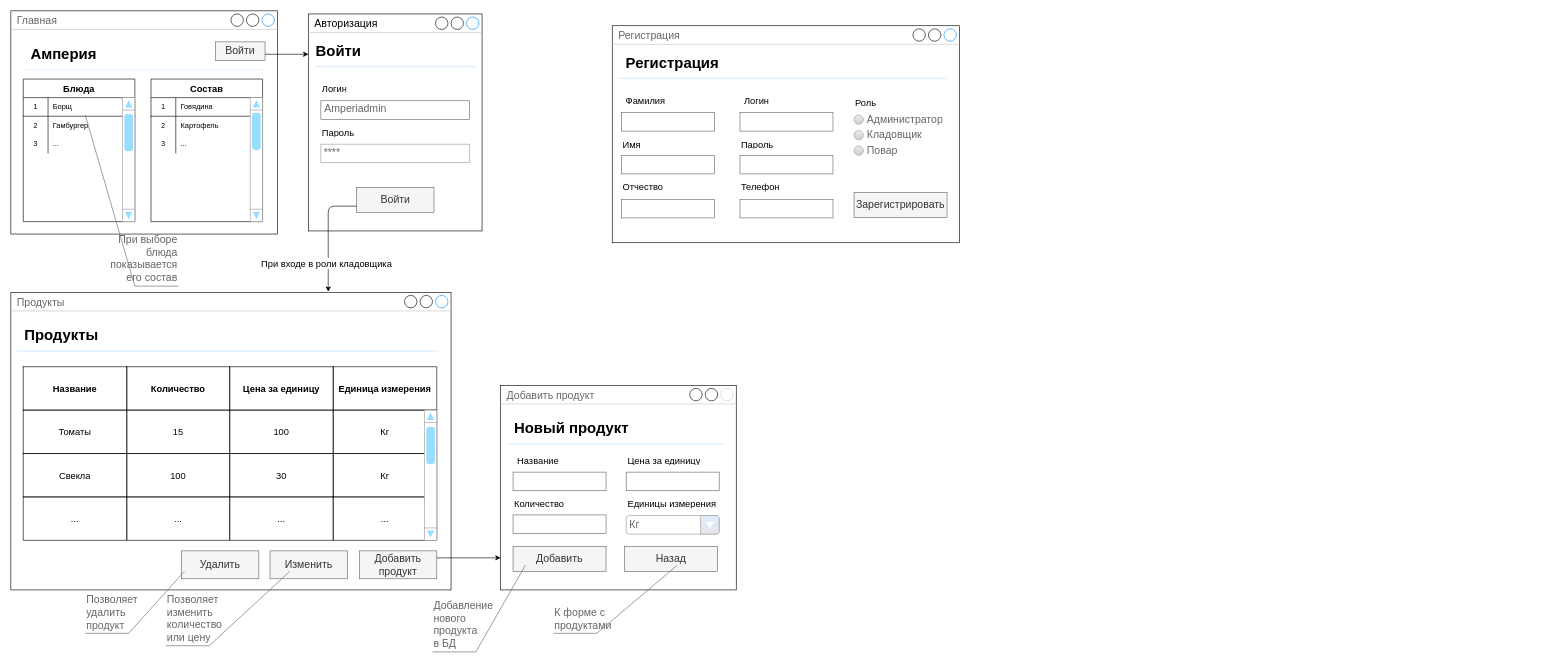
Earlier version of the draw.io diagram Untitled Diagram.drawio (Natasaruk/PPMixCart). Source tidied: cells renumbered, new cells numbered last; positions are measured from the earlier drawing's top-left corner, leaving out a move shared by most shapes. Both pictures are drawn from the tidied source at 62%, with x=0, y=0 at pixel (11, 11).
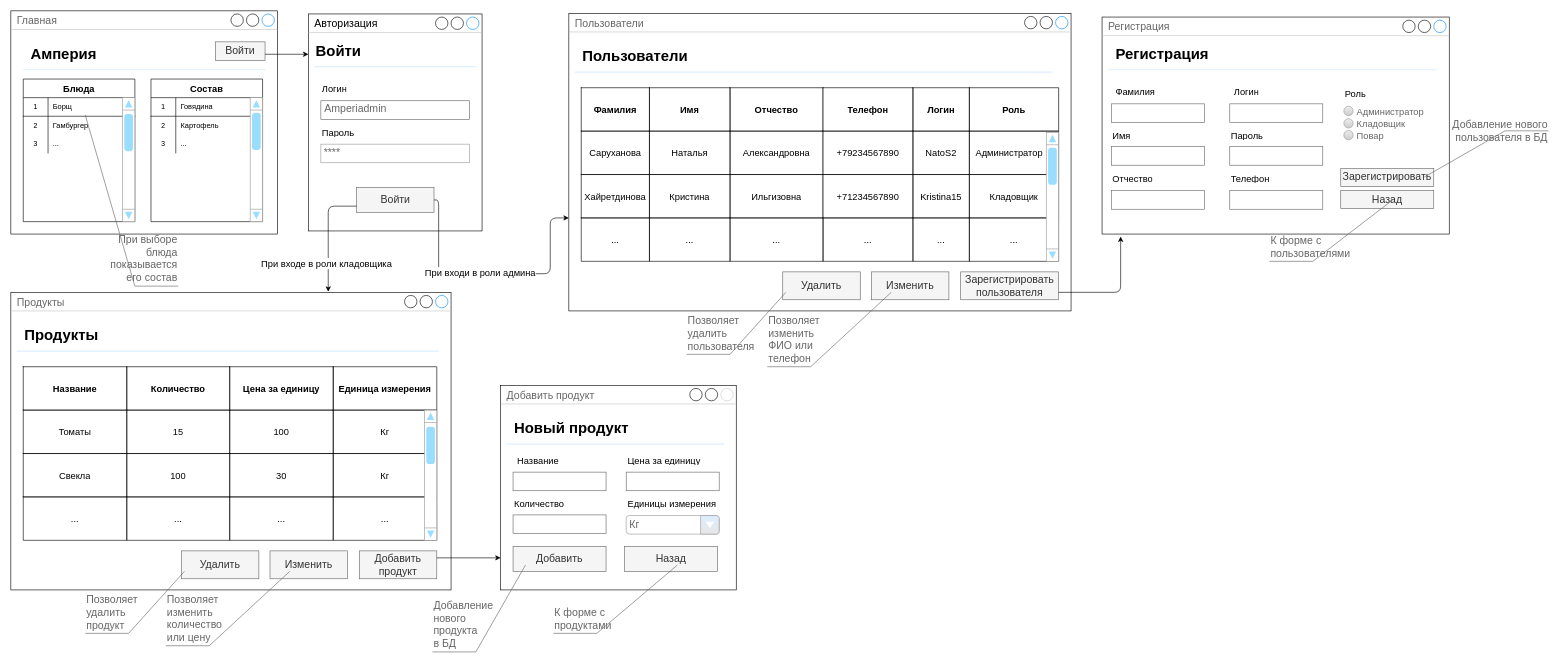
The same diagram, later.

The change refers to these unchanged cells:
```xml
<mxCell id="12" value="Войти" style="rounded=0;whiteSpace=wrap;html=1;fontSize=17;fillColor=#f5f5f5;strokeColor=#666666;fontColor=#333333;align=center;" parent="1" vertex="1">
  <mxGeometry x="557.5" y="285" width="125" height="40" as="geometry" />
</mxCell>
```

The edit, as a diff of the source:
```diff
@@
     <mxCell id="7" value="Регистрация" style="strokeWidth=1;shadow=0;dashed=0;align=left;html=1;shape=mxgraph.mockup.containers.window;align=left;verticalAlign=top;spacingLeft=8;strokeColor2=#008cff;strokeColor3=#c4c4c4;fontColor=#666666;mainText=;fontSize=17;labelBackgroundColor=none;gradientColor=none;" parent="1" vertex="1">
-      <mxGeometry x="970" y="24" width="560" height="350" as="geometry" />
+      <mxGeometry x="1760" y="10" width="560" height="350" as="geometry" />
     </mxCell>
     <mxCell id="8" value="Регистрация" style="text;strokeColor=none;fillColor=none;html=1;fontSize=24;fontStyle=1;verticalAlign=middle;align=left;" parent="1" vertex="1">
-      <mxGeometry x="990" y="64" width="100" height="40" as="geometry" />
+      <mxGeometry x="1780" y="50" width="100" height="40" as="geometry" />
     </mxCell>
@@
     <mxCell id="11" style="shape=line;strokeColor=#ddeeff;strokeWidth=2;html=1;align=left;" parent="1" vertex="1">
-      <mxGeometry x="980" y="104" width="530" height="10" as="geometry" />
+      <mxGeometry x="1770" y="90" width="530" height="10" as="geometry" />
     </mxCell>
@@
     <mxCell id="13" value="Отчество" style="text;html=1;strokeColor=none;fillColor=none;align=left;verticalAlign=middle;whiteSpace=wrap;overflow=hidden;fontSize=15;" parent="1" vertex="1">
-      <mxGeometry x="985" y="273" width="80" height="20" as="geometry" />
+      <mxGeometry x="1775" y="259" width="80" height="20" as="geometry" />
     </mxCell>
     <mxCell id="14" value="Имя" style="text;html=1;strokeColor=none;fillColor=none;align=left;verticalAlign=middle;whiteSpace=wrap;overflow=hidden;fontSize=15;" parent="1" vertex="1">
-      <mxGeometry x="985" y="204" width="80" height="20" as="geometry" />
+      <mxGeometry x="1775" y="190" width="80" height="20" as="geometry" />
     </mxCell>
     <mxCell id="15" value="Фамилия" style="text;html=1;strokeColor=none;fillColor=none;align=left;verticalAlign=middle;whiteSpace=wrap;overflow=hidden;fontSize=15;" parent="1" vertex="1">
-      <mxGeometry x="990" y="134" width="80" height="20" as="geometry" />
+      <mxGeometry x="1780" y="120" width="80" height="20" as="geometry" />
     </mxCell>
     <mxCell id="16" style="strokeWidth=1;shadow=0;dashed=0;align=left;html=1;shape=mxgraph.mockup.text.textBox;fontColor=#666666;align=left;fontSize=17;spacingLeft=4;spacingTop=-3;strokeColor=#666666;mainText=;gradientColor=none;" parent="1" vertex="1">
-      <mxGeometry x="985" y="164" width="150" height="30" as="geometry" />
+      <mxGeometry x="1775" y="150" width="150" height="30" as="geometry" />
     </mxCell>
     <mxCell id="17" style="strokeWidth=1;shadow=0;dashed=0;align=left;html=1;shape=mxgraph.mockup.text.textBox;fontColor=#666666;align=left;fontSize=17;spacingLeft=4;spacingTop=-3;strokeColor=#666666;mainText=;gradientColor=none;" parent="1" vertex="1">
-      <mxGeometry x="985" y="233" width="150" height="30" as="geometry" />
+      <mxGeometry x="1775" y="219" width="150" height="30" as="geometry" />
     </mxCell>
     <mxCell id="18" style="strokeWidth=1;shadow=0;dashed=0;align=left;html=1;shape=mxgraph.mockup.text.textBox;fontColor=#666666;align=left;fontSize=17;spacingLeft=4;spacingTop=-3;strokeColor=#666666;mainText=;gradientColor=none;" parent="1" vertex="1">
-      <mxGeometry x="985" y="304" width="150" height="30" as="geometry" />
+      <mxGeometry x="1775" y="290" width="150" height="30" as="geometry" />
     </mxCell>
     <mxCell id="19" value="Пароль" style="text;html=1;strokeColor=none;fillColor=none;align=left;verticalAlign=middle;whiteSpace=wrap;overflow=hidden;fontSize=15;" parent="1" vertex="1">
-      <mxGeometry x="1176" y="204" width="80" height="20" as="geometry" />
+      <mxGeometry x="1966" y="190" width="80" height="20" as="geometry" />
     </mxCell>
     <mxCell id="20" value="Логин" style="text;html=1;strokeColor=none;fillColor=none;align=left;verticalAlign=middle;whiteSpace=wrap;overflow=hidden;fontSize=15;" parent="1" vertex="1">
-      <mxGeometry x="1181" y="134" width="80" height="20" as="geometry" />
+      <mxGeometry x="1971" y="120" width="80" height="20" as="geometry" />
     </mxCell>
     <mxCell id="21" style="strokeWidth=1;shadow=0;dashed=0;align=left;html=1;shape=mxgraph.mockup.text.textBox;fontColor=#666666;align=left;fontSize=17;spacingLeft=4;spacingTop=-3;strokeColor=#666666;mainText=;gradientColor=none;" parent="1" vertex="1">
-      <mxGeometry x="1176" y="164" width="150" height="30" as="geometry" />
+      <mxGeometry x="1966" y="150" width="150" height="30" as="geometry" />
     </mxCell>
     <mxCell id="22" style="strokeWidth=1;shadow=0;dashed=0;align=left;html=1;shape=mxgraph.mockup.text.textBox;fontColor=#666666;align=left;fontSize=17;spacingLeft=4;spacingTop=-3;strokeColor=#666666;mainText=;gradientColor=none;" parent="1" vertex="1">
-      <mxGeometry x="1176" y="233" width="150" height="30" as="geometry" />
+      <mxGeometry x="1966" y="219" width="150" height="30" as="geometry" />
     </mxCell>
     <mxCell id="23" value="Роль" style="text;html=1;strokeColor=none;fillColor=none;align=left;verticalAlign=middle;whiteSpace=wrap;overflow=hidden;fontSize=15;" parent="1" vertex="1">
-      <mxGeometry x="1360" y="137" width="80" height="20" as="geometry" />
+      <mxGeometry x="2150" y="123" width="80" height="20" as="geometry" />
     </mxCell>
-    <mxCell id="24" value="Администратор" style="shape=ellipse;fillColor=#eeeeee;strokeColor=#999999;gradientColor=#cccccc;html=1;align=left;spacingLeft=4;fontSize=17;fontColor=#666666;labelPosition=right;shadow=0;" parent="1" vertex="1">
-      <mxGeometry x="1360" y="168" width="15" height="15" as="geometry" />
+    <mxCell id="24" value="Администратор" style="shape=ellipse;fillColor=#eeeeee;strokeColor=#999999;gradientColor=#cccccc;html=1;align=left;spacingLeft=4;fontSize=15;fontColor=#666666;labelPosition=right;shadow=0;" parent="1" vertex="1">
+      <mxGeometry x="2150" y="154" width="15" height="15" as="geometry" />
     </mxCell>
-    <mxCell id="25" value="Кладовщик" style="shape=ellipse;fillColor=#eeeeee;strokeColor=#999999;gradientColor=#cccccc;html=1;align=left;spacingLeft=4;fontSize=17;fontColor=#666666;labelPosition=right;shadow=0;" parent="1" vertex="1">
-      <mxGeometry x="1360" y="193" width="15" height="15" as="geometry" />
+    <mxCell id="25" value="Кладовщик" style="shape=ellipse;fillColor=#eeeeee;strokeColor=#999999;gradientColor=#cccccc;html=1;align=left;spacingLeft=4;fontSize=15;fontColor=#666666;labelPosition=right;shadow=0;" parent="1" vertex="1">
+      <mxGeometry x="2150" y="174" width="15" height="15" as="geometry" />
     </mxCell>
-    <mxCell id="26" value="Повар" style="shape=ellipse;fillColor=#eeeeee;strokeColor=#999999;gradientColor=#cccccc;html=1;align=left;spacingLeft=4;fontSize=17;fontColor=#666666;labelPosition=right;shadow=0;" parent="1" vertex="1">
-      <mxGeometry x="1360" y="218" width="15" height="15" as="geometry" />
+    <mxCell id="26" value="Повар" style="shape=ellipse;fillColor=#eeeeee;strokeColor=#999999;gradientColor=#cccccc;html=1;align=left;spacingLeft=4;fontSize=15;fontColor=#666666;labelPosition=right;shadow=0;" parent="1" vertex="1">
+      <mxGeometry x="2150" y="193" width="15" height="15" as="geometry" />
     </mxCell>
     <mxCell id="27" value="Телефон" style="text;html=1;strokeColor=none;fillColor=none;align=left;verticalAlign=middle;whiteSpace=wrap;overflow=hidden;fontSize=15;" parent="1" vertex="1">
-      <mxGeometry x="1176" y="273" width="80" height="20" as="geometry" />
+      <mxGeometry x="1966" y="259" width="80" height="20" as="geometry" />
     </mxCell>
     <mxCell id="28" style="strokeWidth=1;shadow=0;dashed=0;align=left;html=1;shape=mxgraph.mockup.text.textBox;fontColor=#666666;align=left;fontSize=17;spacingLeft=4;spacingTop=-3;strokeColor=#666666;mainText=;gradientColor=none;" parent="1" vertex="1">
-      <mxGeometry x="1176" y="304" width="150" height="30" as="geometry" />
+      <mxGeometry x="1966" y="290" width="150" height="30" as="geometry" />
     </mxCell>
-    <mxCell id="29" value="Зарегистрировать" style="rounded=0;whiteSpace=wrap;html=1;fontSize=17;fillColor=#f5f5f5;strokeColor=#666666;fontColor=#333333;align=center;" parent="1" vertex="1">
-      <mxGeometry x="1360" y="293" width="150" height="40" as="geometry" />
+    <mxCell id="29" value="Назад" style="rounded=0;whiteSpace=wrap;html=1;fontSize=17;fillColor=#f5f5f5;strokeColor=#666666;fontColor=#333333;align=center;" parent="1" vertex="1">
+      <mxGeometry x="2145" y="290" width="150" height="29" as="geometry" />
     </mxCell>
@@
+    <mxCell id="105" value="Пользователи" style="strokeWidth=1;shadow=0;dashed=0;align=center;html=1;shape=mxgraph.mockup.containers.window;align=left;verticalAlign=top;spacingLeft=8;strokeColor2=#008cff;strokeColor3=#c4c4c4;fontColor=#666666;mainText=;fontSize=17;labelBackgroundColor=none;rounded=0;sketch=0;gradientColor=none;" parent="1" vertex="1">
+      <mxGeometry x="900" y="4" width="810" height="480" as="geometry" />
+    </mxCell>
+    <mxCell id="106" value="Пользователи" style="text;strokeColor=none;fillColor=none;html=1;fontSize=24;fontStyle=1;verticalAlign=middle;align=left;" parent="1" vertex="1">
+      <mxGeometry x="920" y="54" width="100" height="40" as="geometry" />
+    </mxCell>
+    <mxCell id="107" style="shape=line;strokeColor=#ddeeff;strokeWidth=2;html=1;align=left;" parent="1" vertex="1">
+      <mxGeometry x="910" y="94" width="770" height="10" as="geometry" />
+    </mxCell>
+    <mxCell id="108" style="shape=table;html=1;whiteSpace=wrap;startSize=0;childLayout=tableLayout;columnLines=0;rowLines=0;rounded=0;shadow=0;labelBackgroundColor=none;sketch=0;fontSize=18;strokeColor=#000000;strokeWidth=0;gradientColor=none;align=center;labelPadding=0;" parent="1" vertex="1">
+      <mxGeometry x="920" y="124" width="390" height="210" as="geometry" />
+    </mxCell>
+    <mxCell id="109" style="shape=partialRectangle;html=1;whiteSpace=wrap;fillColor=none;top=0;left=0;bottom=0;right=0;" parent="108" vertex="1">
+      <mxGeometry width="390" height="70" as="geometry" />
+    </mxCell>
+    <mxCell id="110" value="Фамилия" style="shape=partialRectangle;html=1;whiteSpace=wrap;fillColor=none;top=1;left=1;bottom=1;right=1;overflow=hidden;fontStyle=1;fontSize=15;" parent="109" vertex="1">
+      <mxGeometry width="110" height="70" as="geometry" />
+    </mxCell>
+    <mxCell id="111" value="Имя" style="shape=partialRectangle;html=1;whiteSpace=wrap;fillColor=none;top=1;left=1;bottom=1;right=1;overflow=hidden;fontStyle=1;fontSize=15;" parent="109" vertex="1">
+      <mxGeometry x="110" width="130" height="70" as="geometry" />
+    </mxCell>
+    <mxCell id="112" value="Отчество" style="shape=partialRectangle;html=1;whiteSpace=wrap;fillColor=none;top=1;left=1;bottom=1;right=1;overflow=hidden;fontStyle=1;fontSize=15;" parent="109" vertex="1">
+      <mxGeometry x="240" width="150" height="70" as="geometry" />
+    </mxCell>
+    <mxCell id="113" style="shape=partialRectangle;html=1;whiteSpace=wrap;fillColor=none;top=0;left=0;bottom=0;right=0;" parent="108" vertex="1">
+      <mxGeometry y="70" width="390" height="70" as="geometry" />
+    </mxCell>
+    <mxCell id="114" value="Саруханова" style="shape=partialRectangle;html=1;whiteSpace=wrap;fillColor=none;top=1;left=1;bottom=1;right=1;overflow=hidden;fontSize=15;" parent="113" vertex="1">
+      <mxGeometry width="110" height="70" as="geometry" />
+    </mxCell>
+    <mxCell id="115" value="Наталья" style="shape=partialRectangle;html=1;whiteSpace=wrap;fillColor=none;top=1;left=1;bottom=1;right=1;overflow=hidden;fontSize=15;" parent="113" vertex="1">
+      <mxGeometry x="110" width="130" height="70" as="geometry" />
+    </mxCell>
+    <mxCell id="116" value="Александровна" style="shape=partialRectangle;html=1;whiteSpace=wrap;fillColor=none;top=1;left=1;bottom=1;right=1;overflow=hidden;fontSize=15;" parent="113" vertex="1">
+      <mxGeometry x="240" width="150" height="70" as="geometry" />
+    </mxCell>
+    <mxCell id="117" style="shape=partialRectangle;html=1;whiteSpace=wrap;fillColor=none;top=0;left=0;bottom=0;right=0;" parent="108" vertex="1">
+      <mxGeometry y="140" width="390" height="70" as="geometry" />
+    </mxCell>
+    <mxCell id="118" value="Хайретдинова" style="shape=partialRectangle;html=1;whiteSpace=wrap;fillColor=none;top=1;left=1;bottom=1;right=1;overflow=hidden;fontSize=15;" parent="117" vertex="1">
+      <mxGeometry width="110" height="70" as="geometry" />
+    </mxCell>
+    <mxCell id="119" value="Кристина" style="shape=partialRectangle;html=1;whiteSpace=wrap;fillColor=none;top=1;left=1;bottom=1;right=1;overflow=hidden;fontSize=15;" parent="117" vertex="1">
+      <mxGeometry x="110" width="130" height="70" as="geometry" />
+    </mxCell>
+    <mxCell id="120" value="Ильгизовна" style="shape=partialRectangle;html=1;whiteSpace=wrap;fillColor=none;top=1;left=1;bottom=1;right=1;overflow=hidden;fontSize=15;" parent="117" vertex="1">
+      <mxGeometry x="240" width="150" height="70" as="geometry" />
+    </mxCell>
+    <mxCell id="121" value="Зарегистрировать пользователя" style="rounded=0;whiteSpace=wrap;html=1;fontSize=17;fillColor=#f5f5f5;strokeColor=#666666;fontColor=#333333;align=center;" parent="1" vertex="1">
+      <mxGeometry x="1532" y="421" width="158" height="45" as="geometry" />
+    </mxCell>
+    <mxCell id="122" value="Изменить" style="rounded=0;whiteSpace=wrap;html=1;fontSize=17;fillColor=#f5f5f5;strokeColor=#666666;fontColor=#333333;align=center;" parent="1" vertex="1">
+      <mxGeometry x="1388" y="421" width="125" height="45" as="geometry" />
+    </mxCell>
+    <mxCell id="123" value="Удалить" style="rounded=0;whiteSpace=wrap;html=1;fontSize=17;fillColor=#f5f5f5;strokeColor=#666666;fontColor=#333333;align=center;" parent="1" vertex="1">
+      <mxGeometry x="1245" y="421" width="125" height="45" as="geometry" />
+    </mxCell>
+    <mxCell id="124" value="Позволяет &lt;br&gt;удалить&lt;br&gt;пользователя" style="strokeWidth=1;shadow=0;dashed=0;align=center;html=1;shape=mxgraph.mockup.text.callout;linkText=;textSize=17;textColor=#666666;callDir=SW;callStyle=line;fontSize=17;fontColor=#666666;align=left;verticalAlign=bottom;strokeColor=#666666;rounded=0;labelBackgroundColor=none;sketch=0;gradientColor=none;" parent="1" vertex="1">
+      <mxGeometry x="1090" y="454" width="160" height="100" as="geometry" />
+    </mxCell>
+    <mxCell id="125" value="Позволяет&lt;br&gt;изменить&lt;br&gt;ФИО или&lt;br&gt;телефон" style="strokeWidth=1;shadow=0;dashed=0;align=center;html=1;shape=mxgraph.mockup.text.callout;linkText=;textSize=17;textColor=#666666;callDir=SW;callStyle=line;fontSize=17;fontColor=#666666;align=left;verticalAlign=bottom;strokeColor=#666666;rounded=0;labelBackgroundColor=none;sketch=0;gradientColor=none;" parent="1" vertex="1">
+      <mxGeometry x="1220" y="454" width="200" height="120" as="geometry" />
+    </mxCell>
+    <mxCell id="126" style="shape=table;html=1;whiteSpace=wrap;startSize=0;childLayout=tableLayout;columnLines=0;rowLines=0;rounded=0;shadow=0;labelBackgroundColor=none;sketch=0;fontSize=18;strokeColor=#000000;strokeWidth=0;gradientColor=none;align=center;labelPadding=0;" parent="1" vertex="1">
+      <mxGeometry x="1310" y="124" width="380" height="210" as="geometry" />
+    </mxCell>
+    <mxCell id="127" style="shape=partialRectangle;html=1;whiteSpace=wrap;fillColor=none;top=0;left=0;bottom=0;right=0;" parent="126" vertex="1">
+      <mxGeometry width="380" height="70" as="geometry" />
+    </mxCell>
+    <mxCell id="128" value="Телефон" style="shape=partialRectangle;html=1;whiteSpace=wrap;fillColor=none;top=1;left=1;bottom=1;right=1;overflow=hidden;fontStyle=1;fontSize=15;" parent="127" vertex="1">
+      <mxGeometry width="145" height="70" as="geometry" />
+    </mxCell>
+    <mxCell id="129" value="Логин" style="shape=partialRectangle;html=1;whiteSpace=wrap;fillColor=none;top=1;left=1;bottom=1;right=1;overflow=hidden;fontStyle=1;fontSize=15;" parent="127" vertex="1">
+      <mxGeometry x="145" width="91" height="70" as="geometry" />
+    </mxCell>
+    <mxCell id="130" value="Роль" style="shape=partialRectangle;html=1;whiteSpace=wrap;fillColor=none;top=1;left=1;bottom=1;right=1;overflow=hidden;fontStyle=1;fontSize=15;" parent="127" vertex="1">
+      <mxGeometry x="236" width="144" height="70" as="geometry" />
+    </mxCell>
+    <mxCell id="131" style="shape=partialRectangle;html=1;whiteSpace=wrap;fillColor=none;top=0;left=0;bottom=0;right=0;" parent="126" vertex="1">
+      <mxGeometry y="70" width="380" height="70" as="geometry" />
+    </mxCell>
+    <mxCell id="132" value="+79234567890" style="shape=partialRectangle;html=1;whiteSpace=wrap;fillColor=none;top=1;left=1;bottom=1;right=1;overflow=hidden;fontSize=15;" parent="131" vertex="1">
+      <mxGeometry width="145" height="70" as="geometry" />
+    </mxCell>
+    <mxCell id="133" value="NatoS2" style="shape=partialRectangle;html=1;whiteSpace=wrap;fillColor=none;top=1;left=1;bottom=1;right=1;overflow=hidden;fontSize=15;" parent="131" vertex="1">
+      <mxGeometry x="145" width="91" height="70" as="geometry" />
+    </mxCell>
+    <mxCell id="134" value="&amp;nbsp; Администратор" style="shape=partialRectangle;html=1;whiteSpace=wrap;fillColor=none;top=1;left=1;bottom=1;right=1;overflow=hidden;fontSize=15;align=left;" parent="131" vertex="1">
+      <mxGeometry x="236" width="144" height="70" as="geometry" />
+    </mxCell>
+    <mxCell id="135" style="shape=partialRectangle;html=1;whiteSpace=wrap;fillColor=none;top=0;left=0;bottom=0;right=0;" parent="126" vertex="1">
+      <mxGeometry y="140" width="380" height="70" as="geometry" />
+    </mxCell>
+    <mxCell id="136" value="+71234567890" style="shape=partialRectangle;html=1;whiteSpace=wrap;fillColor=none;top=1;left=1;bottom=1;right=1;overflow=hidden;fontSize=15;" parent="135" vertex="1">
+      <mxGeometry width="145" height="70" as="geometry" />
+    </mxCell>
+    <mxCell id="137" value="Kristina15" style="shape=partialRectangle;html=1;whiteSpace=wrap;fillColor=none;top=1;left=1;bottom=1;right=1;overflow=hidden;fontSize=15;" parent="135" vertex="1">
+      <mxGeometry x="145" width="91" height="70" as="geometry" />
+    </mxCell>
+    <mxCell id="138" value="Кладовщик" style="shape=partialRectangle;html=1;whiteSpace=wrap;fillColor=none;top=1;left=1;bottom=1;right=1;overflow=hidden;fontSize=15;" parent="135" vertex="1">
+      <mxGeometry x="236" width="144" height="70" as="geometry" />
+    </mxCell>
+    <mxCell id="139" value="..." style="shape=partialRectangle;html=1;whiteSpace=wrap;fillColor=none;top=1;left=1;bottom=1;right=1;overflow=hidden;fontSize=15;" parent="1" vertex="1">
+      <mxGeometry x="920" y="334" width="110" height="70" as="geometry" />
+    </mxCell>
+    <mxCell id="140" value="..." style="shape=partialRectangle;html=1;whiteSpace=wrap;fillColor=none;top=1;left=1;bottom=1;right=1;overflow=hidden;fontSize=15;" parent="1" vertex="1">
+      <mxGeometry x="1030" y="334" width="130" height="70" as="geometry" />
+    </mxCell>
+    <mxCell id="141" value="..." style="shape=partialRectangle;html=1;whiteSpace=wrap;fillColor=none;top=1;left=1;bottom=1;right=1;overflow=hidden;fontSize=15;" parent="1" vertex="1">
+      <mxGeometry x="1160" y="334" width="150" height="70" as="geometry" />
+    </mxCell>
+    <mxCell id="142" value="Зарегистрировать" style="rounded=0;whiteSpace=wrap;html=1;fontSize=17;fillColor=#f5f5f5;strokeColor=#666666;fontColor=#333333;align=center;" parent="1" vertex="1">
+      <mxGeometry x="2145" y="254.5" width="150" height="29" as="geometry" />
+    </mxCell>
+    <mxCell id="143" value="..." style="shape=partialRectangle;html=1;whiteSpace=wrap;fillColor=none;top=1;left=1;bottom=1;right=1;overflow=hidden;fontSize=15;" parent="1" vertex="1">
+      <mxGeometry x="1310" y="334" width="145" height="70" as="geometry" />
+    </mxCell>
+    <mxCell id="144" value="..." style="shape=partialRectangle;html=1;whiteSpace=wrap;fillColor=none;top=1;left=1;bottom=1;right=1;overflow=hidden;fontSize=15;" parent="1" vertex="1">
+      <mxGeometry x="1455" y="334" width="91" height="70" as="geometry" />
+    </mxCell>
+    <mxCell id="145" value="..." style="shape=partialRectangle;html=1;whiteSpace=wrap;fillColor=none;top=1;left=1;bottom=1;right=1;overflow=hidden;fontSize=15;" parent="1" vertex="1">
+      <mxGeometry x="1546" y="334" width="144" height="70" as="geometry" />
+    </mxCell>
+    <mxCell id="146" style="verticalLabelPosition=bottom;shadow=0;dashed=0;align=center;html=1;verticalAlign=top;strokeWidth=1;shape=mxgraph.mockup.navigation.scrollBar;strokeColor=#999999;barPos=95.667;fillColor2=#99ddff;strokeColor2=none;direction=north;rounded=0;labelBackgroundColor=none;sketch=0;fontSize=15;gradientColor=none;" parent="1" vertex="1">
+      <mxGeometry x="1670" y="196" width="20" height="208" as="geometry" />
+    </mxCell>
+    <mxCell id="147" style="edgeStyle=segmentEdgeStyle;endArrow=classic;html=1;fontSize=15;exitX=1;exitY=0.5;exitDx=0;exitDy=0;" parent="1" edge="1" source="12">
+      <mxGeometry relative="1" as="geometry">
+        <mxPoint x="900" y="334" as="targetPoint" />
+        <Array as="points">
+          <mxPoint x="690" y="305" />
+          <mxPoint x="690" y="424" />
+          <mxPoint x="870" y="424" />
+          <mxPoint x="870" y="334" />
+        </Array>
+      </mxGeometry>
+    </mxCell>
+    <mxCell id="148" value="При входи в роли админа" style="edgeLabel;html=1;align=center;verticalAlign=middle;fontSize=15;" parent="147" vertex="1">
+      <mxGeometry x="0.03" y="3" relative="1" as="geometry">
+        <mxPoint x="-27" as="offset" />
+      </mxGeometry>
+    </mxCell>
+    <mxCell id="149" style="edgeStyle=segmentEdgeStyle;endArrow=classic;html=1;fontSize=15;" parent="1" edge="1">
+      <mxGeometry relative="1" as="geometry">
+        <mxPoint x="1690" y="454" as="sourcePoint" />
+        <mxPoint x="1790" y="364" as="targetPoint" />
+      </mxGeometry>
+    </mxCell>
+    <mxCell id="150" value="К форме с&lt;br&gt;пользователями" style="strokeWidth=1;shadow=0;dashed=0;align=center;html=1;shape=mxgraph.mockup.text.callout;linkText=;textSize=17;textColor=#666666;callDir=SW;callStyle=line;fontSize=17;fontColor=#666666;align=left;verticalAlign=bottom;strokeColor=#666666;rounded=0;labelBackgroundColor=none;sketch=0;gradientColor=none;" parent="1" vertex="1">
+      <mxGeometry x="2030" y="304" width="200" height="100" as="geometry" />
+    </mxCell>
+    <mxCell id="151" value="Добавление нового&lt;br&gt;пользователя в БД" style="strokeWidth=1;shadow=0;dashed=0;align=center;html=1;shape=mxgraph.mockup.text.callout;linkText=;textSize=17;textColor=#666666;callDir=NE;callStyle=line;fontSize=17;fontColor=#666666;align=right;verticalAlign=top;strokeColor=#666666;rounded=0;labelBackgroundColor=none;sketch=0;gradientColor=none;" parent="1" vertex="1">
+      <mxGeometry x="2280" y="168" width="200" height="100" as="geometry" />
+    </mxCell>
```
